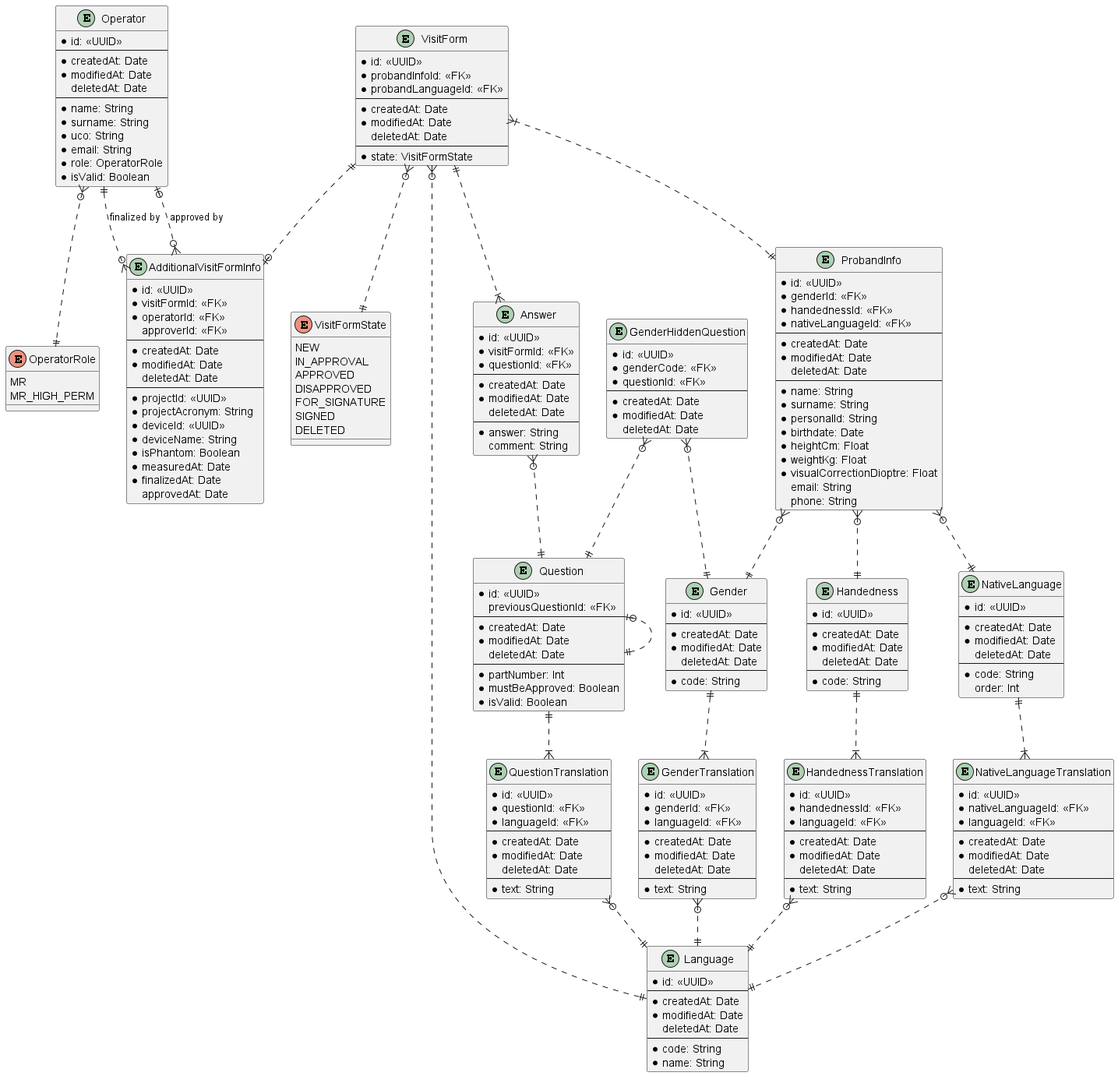
Before: docs/ERD.png, a diagram exported from PlantUML (lukas-kratochvil/mafil-proband-safety-questionnaire).
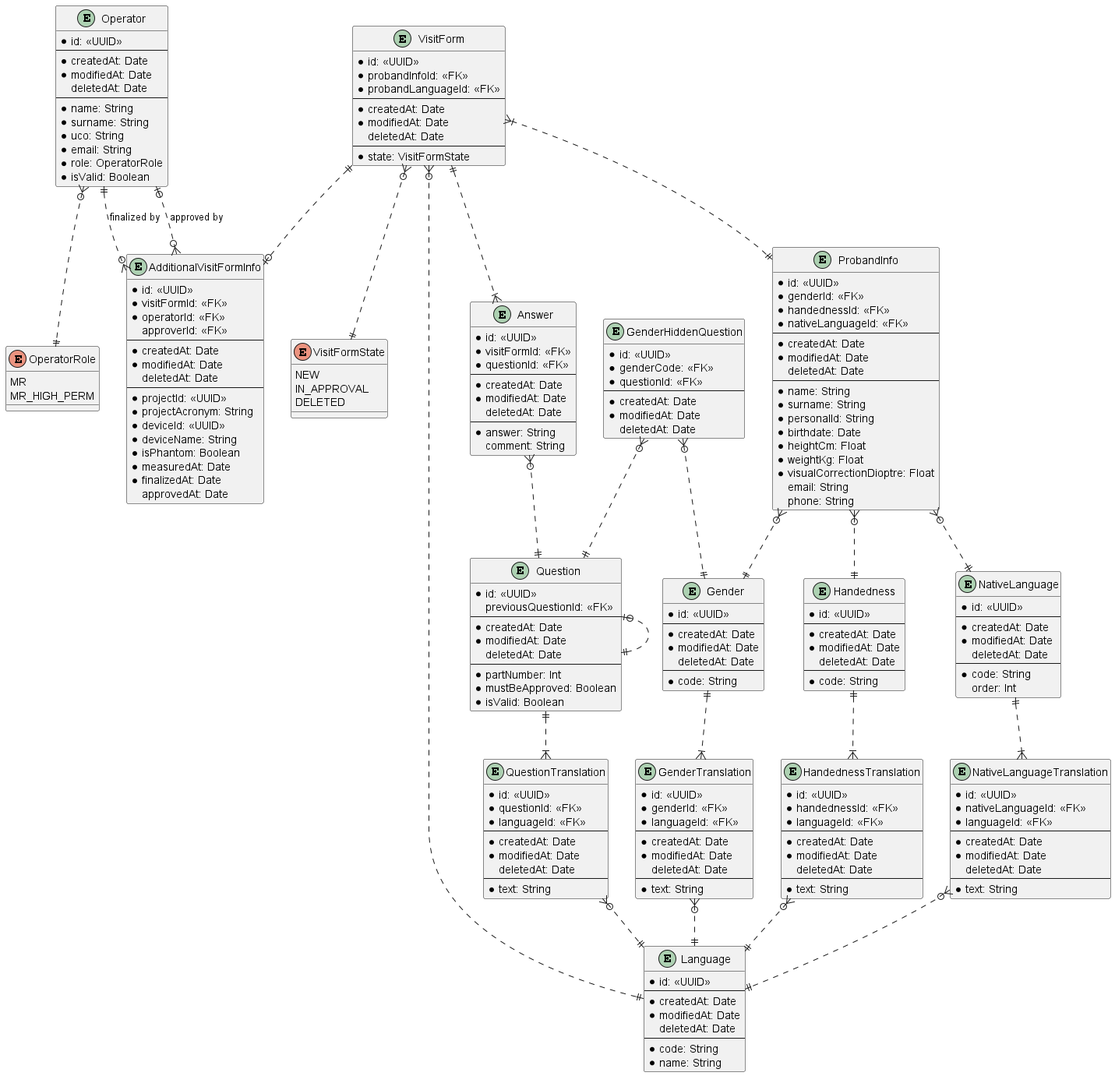
After the commit.

Commit message:
fix: Prisma schema - removed visit states from the VisitFormStates enum

What changed in the source:
```diff
@@ -35,10 +35,6 @@
 enum VisitFormState {
   NEW
   IN_APPROVAL
-  APPROVED
-  DISAPPROVED
-  FOR_SIGNATURE
-  SIGNED
   DELETED
 }
 
```
